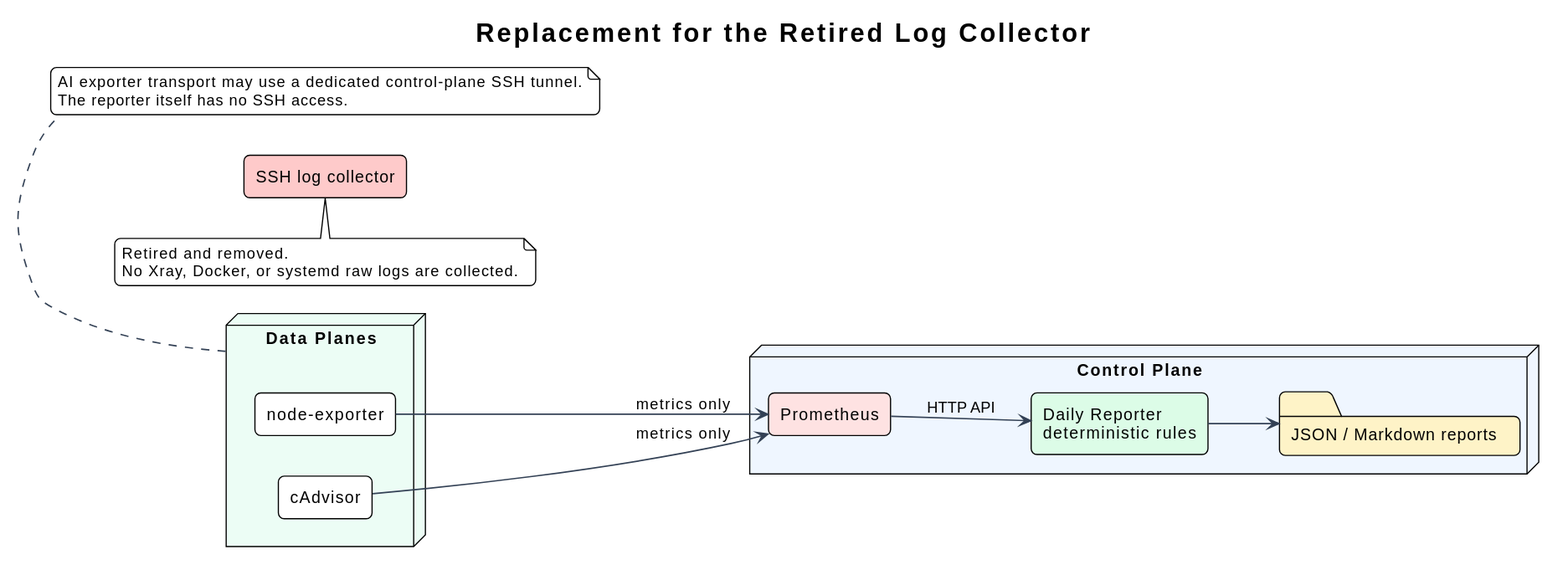
i-zrhe2016/ai-routing-panel keeps this PlantUML diagram as docs/ops-reporting/diagrams/collector-replacement.svg. Above is the earlier version. The source it was exported from:
```plantuml
@startuml
!theme plain
left to right direction
skinparam backgroundColor #FFFFFF
skinparam componentStyle rectangle
skinparam shadowing false
skinparam roundcorner 10
skinparam ArrowColor #334155
skinparam ArrowThickness 1.2
skinparam defaultFontName Arial

title Replacement for the Retired Log Collector

node "Data Planes" as nodes #ECFDF5 {
  component "node-exporter" as nodeExporter
  component "cAdvisor" as cadvisor
}

node "Control Plane" as control #EFF6FF {
  component "Prometheus" as prometheus #FEE2E2
  component "Daily Reporter\ndeterministic rules" as reporter #DCFCE7
  folder "JSON / Markdown reports" as reports #FEF3C7
}

nodeExporter --> prometheus : metrics only
cadvisor --> prometheus : metrics only
prometheus --> reporter : HTTP API
reporter --> reports

component "SSH log collector" as oldCollector #FECACA
oldCollector -[hidden]-> prometheus
note bottom of oldCollector
  Retired and removed.
  No Xray, Docker, or systemd raw logs are collected.
end note

note bottom of nodes
  AI exporter transport may use a dedicated control-plane SSH tunnel.
  The reporter itself has no SSH access.
end note
@enduml
```
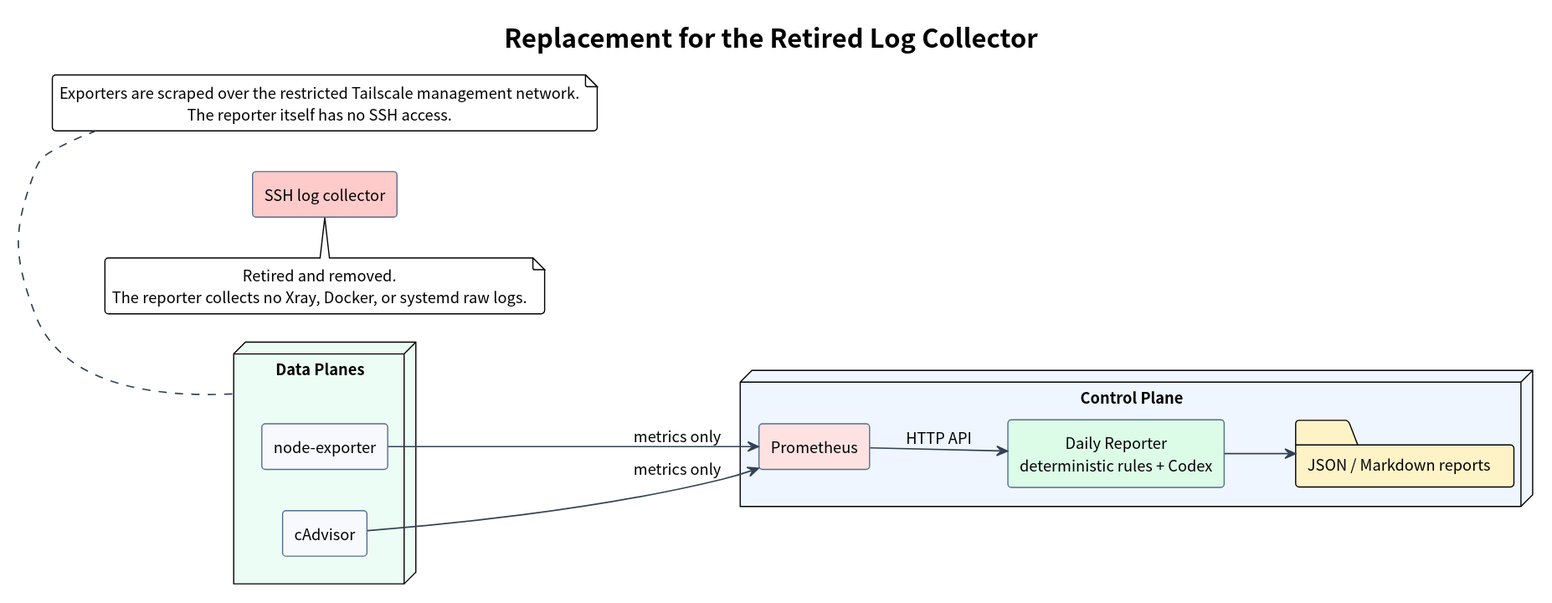
Later version of the same file.

Change to the diagram source:
```diff
@@ -1,13 +1,6 @@
 @startuml
-!theme plain
+!include ../../diagrams/style.iuml
 left to right direction
-skinparam backgroundColor #FFFFFF
-skinparam componentStyle rectangle
-skinparam shadowing false
-skinparam roundcorner 10
-skinparam ArrowColor #334155
-skinparam ArrowThickness 1.2
-skinparam defaultFontName Arial
 
 title Replacement for the Retired Log Collector
 
@@ -18,7 +11,7 @@
 
 node "Control Plane" as control #EFF6FF {
   component "Prometheus" as prometheus #FEE2E2
-  component "Daily Reporter\ndeterministic rules" as reporter #DCFCE7
+  component "Daily Reporter\ndeterministic rules + Codex" as reporter #DCFCE7
   folder "JSON / Markdown reports" as reports #FEF3C7
 }
 
@@ -31,11 +24,11 @@
 oldCollector -[hidden]-> prometheus
 note bottom of oldCollector
   Retired and removed.
-  No Xray, Docker, or systemd raw logs are collected.
+  The reporter collects no Xray, Docker, or systemd raw logs.
 end note
 
 note bottom of nodes
-  AI exporter transport may use a dedicated control-plane SSH tunnel.
+  Exporters are scraped over the restricted Tailscale management network.
   The reporter itself has no SSH access.
 end note
 @enduml
```
